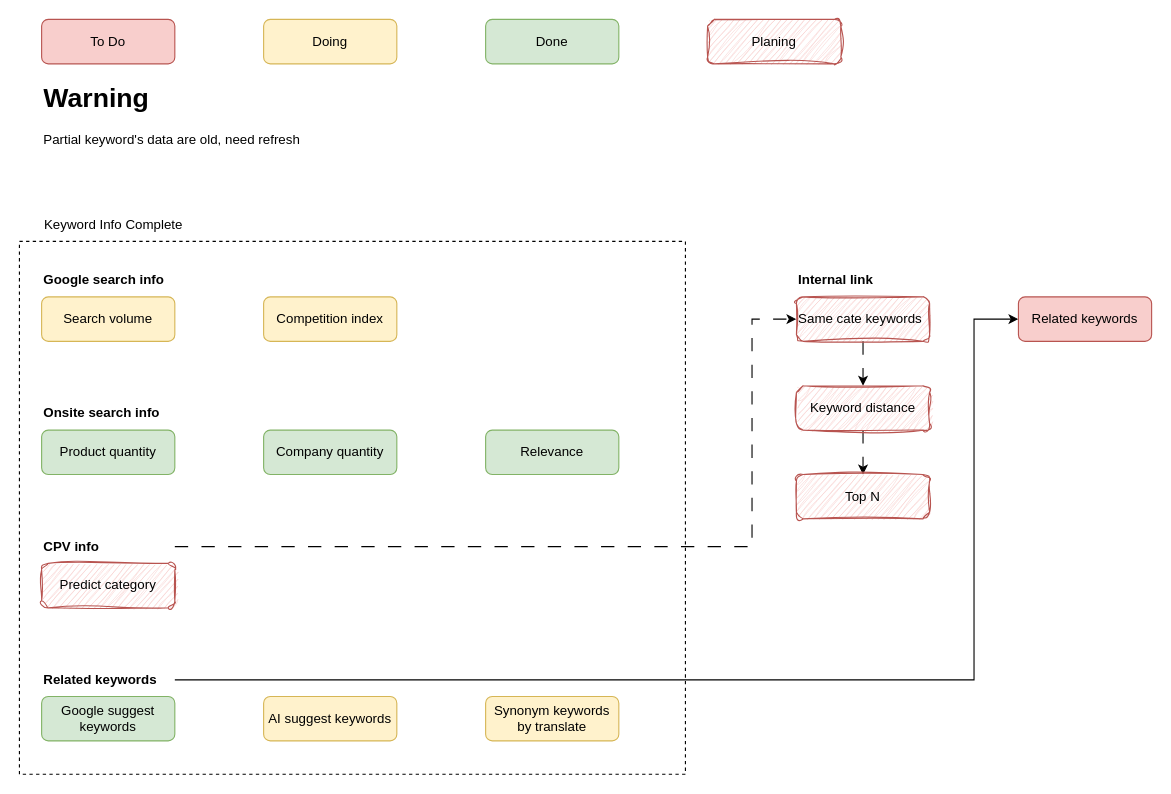
VisableHarry/seo-drawio keeps this draw.io diagram as drawio/keyword_optimize.drawio. Above is the earlier version. Source tidied: cells renumbered, new cells numbered last; positions are measured from the earlier drawing's top-left corner, leaving out a move shared by most shapes. Both pictures are drawn from the tidied source at 111%, with x=0, y=0 at pixel (19, 19).
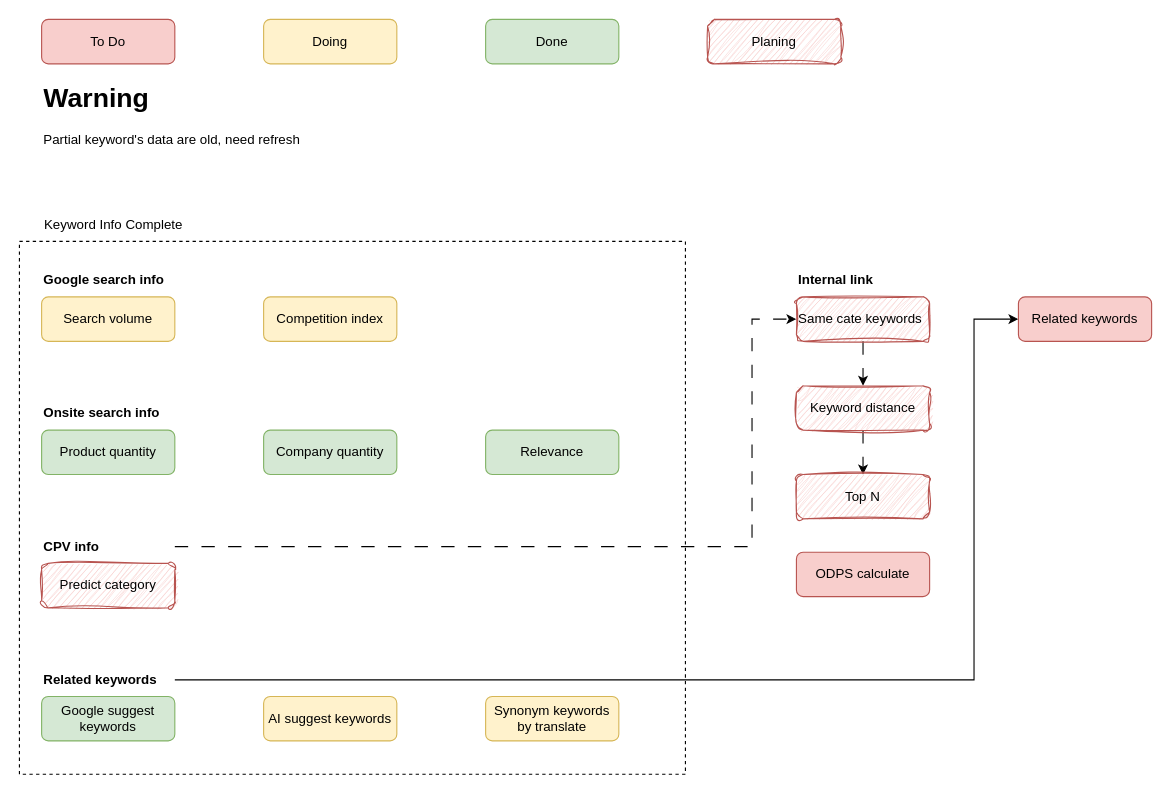
The same page after the edit.

The edit, as a diff of the source:
```diff
@@
+    <mxCell id="31" value="ODPS calculate" style="rounded=1;whiteSpace=wrap;html=1;fillColor=#f8cecc;strokeColor=#b85450;" parent="1" vertex="1">
+      <mxGeometry x="700" y="480" width="120" height="40" as="geometry" />
+    </mxCell>
```
